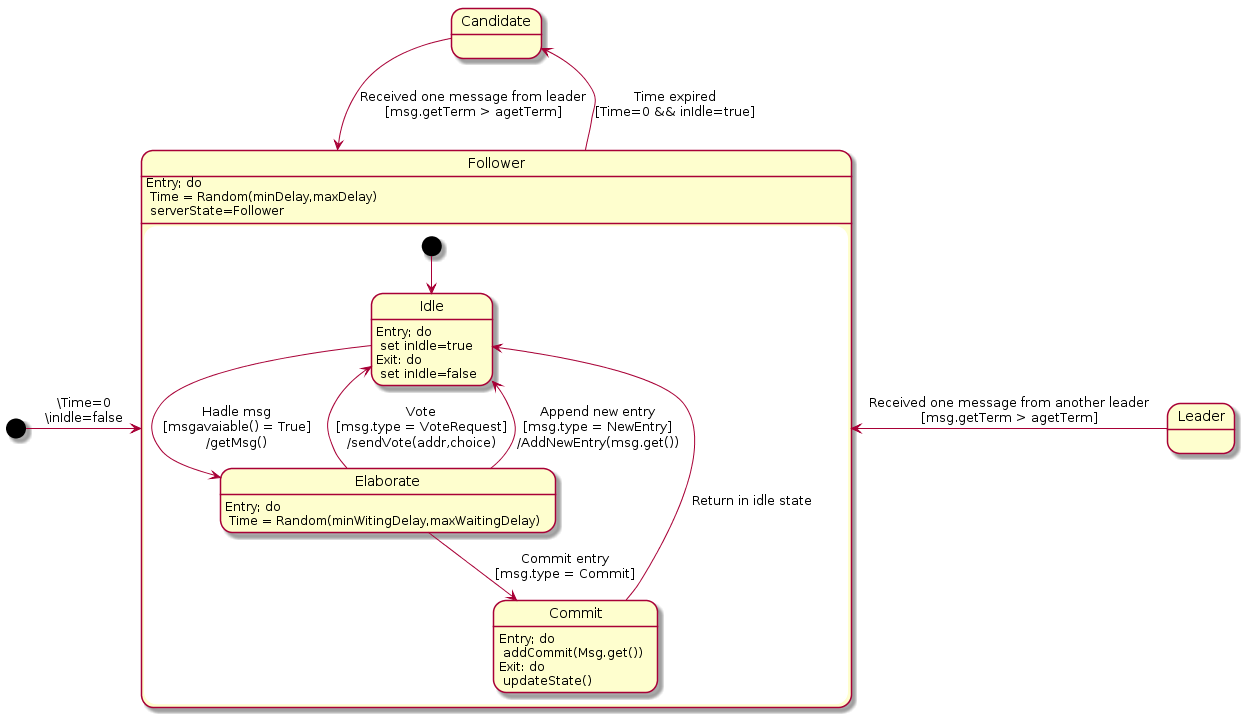
Earlier version of the PlantUML export doc/plantuml/rendered/StateDiagram/Follower.png (thedevstone/akka-raft). The source it was exported from:
```plantuml
@startuml
[*] -r-> Follower : \Time=0\n\inIdle=false
state "Candidate" as Candidate
  Candidate -d-> Follower : Received one message from leader\n[msg.getTerm > agetTerm]
state "Leader" as Leader
  Leader -l-> Follower : Received one message from another leader\n[msg.getTerm > agetTerm]

state "Follower" as Follower {

  Follower : Entry; do \n Time = Random(minDelay,maxDelay)\n serverState=Follower
  state "Elaborate" as FollowerElaborate
    FollowerElaborate : Entry; do \n Time = Random(minWitingDelay,maxWaitingDelay)
  state "Idle" as Idle
    Idle : Entry; do \n set inIdle=true
    Idle : Exit: do  \n set inIdle=false
  state "Commit" as Commit
    Commit : Entry; do \n addCommit(Msg.get())
    Commit : Exit: do \n updateState()

  [*] --> Idle
  Idle -r-> FollowerElaborate : Hadle msg\n[msgavaiable() = True]\n/getMsg()

  FollowerElaborate -l-> Idle : Vote\n[msg.type = VoteRequest]\n/sendVote(addr,choice)
  FollowerElaborate -d-> Idle : Append new entry\n[msg.type = NewEntry]\n/AddNewEntry(msg.get())
  FollowerElaborate -d-> Commit : Commit entry\n[msg.type = Commit]

  Commit --> Idle : Return in idle state

  Follower -u-> Candidate : Time expired\n[Time=0 && inIdle=true]

}
@enduml
```
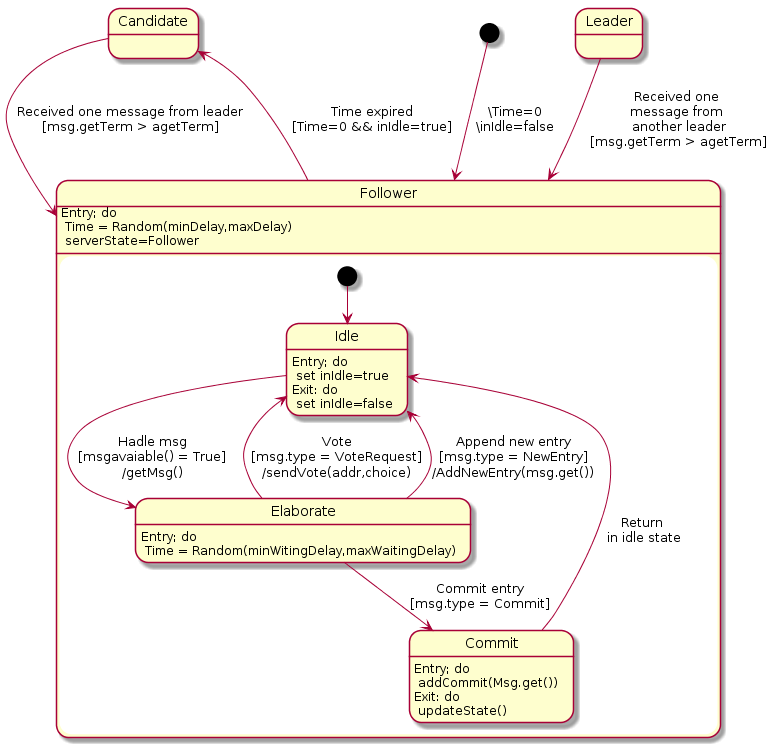
Later version of the same file.

Change to the diagram source:
```diff
@@ -1,9 +1,9 @@
 @startuml
-[*] -r-> Follower : \Time=0\n\inIdle=false
+[*] -d-> Follower : \Time=0\n\inIdle=false
 state "Candidate" as Candidate
   Candidate -d-> Follower : Received one message from leader\n[msg.getTerm > agetTerm]
 state "Leader" as Leader
-  Leader -l-> Follower : Received one message from another leader\n[msg.getTerm > agetTerm]
+  Leader --> Follower : Received one \nmessage from \nanother leader\n[msg.getTerm > agetTerm]
 
 state "Follower" as Follower {
 
@@ -24,7 +24,7 @@
   FollowerElaborate -d-> Idle : Append new entry\n[msg.type = NewEntry]\n/AddNewEntry(msg.get())
   FollowerElaborate -d-> Commit : Commit entry\n[msg.type = Commit]
 
-  Commit --> Idle : Return in idle state
+  Commit --> Idle : Return \nin idle state
 
   Follower -u-> Candidate : Time expired\n[Time=0 && inIdle=true]
 
```
